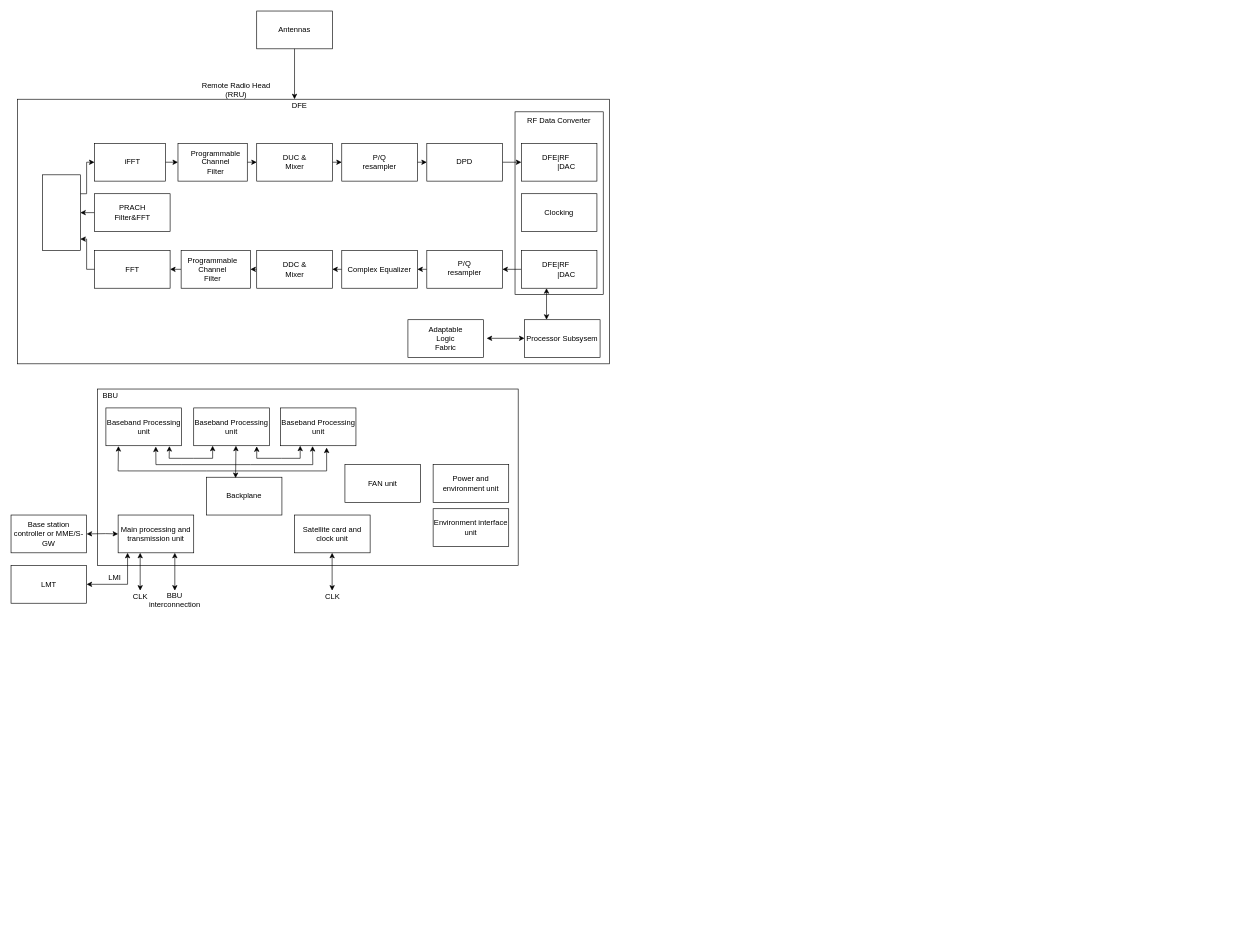
This is diagramm.drawio from vikastatsenko/drawio, a draw.io file, before an edit. Source tidied: cells renumbered, new cells numbered last; positions are measured from the earlier drawing's top-left corner, leaving out a move shared by most shapes. Both pictures are drawn from the tidied source at 63%, with x=0, y=0 at pixel (11, 11).
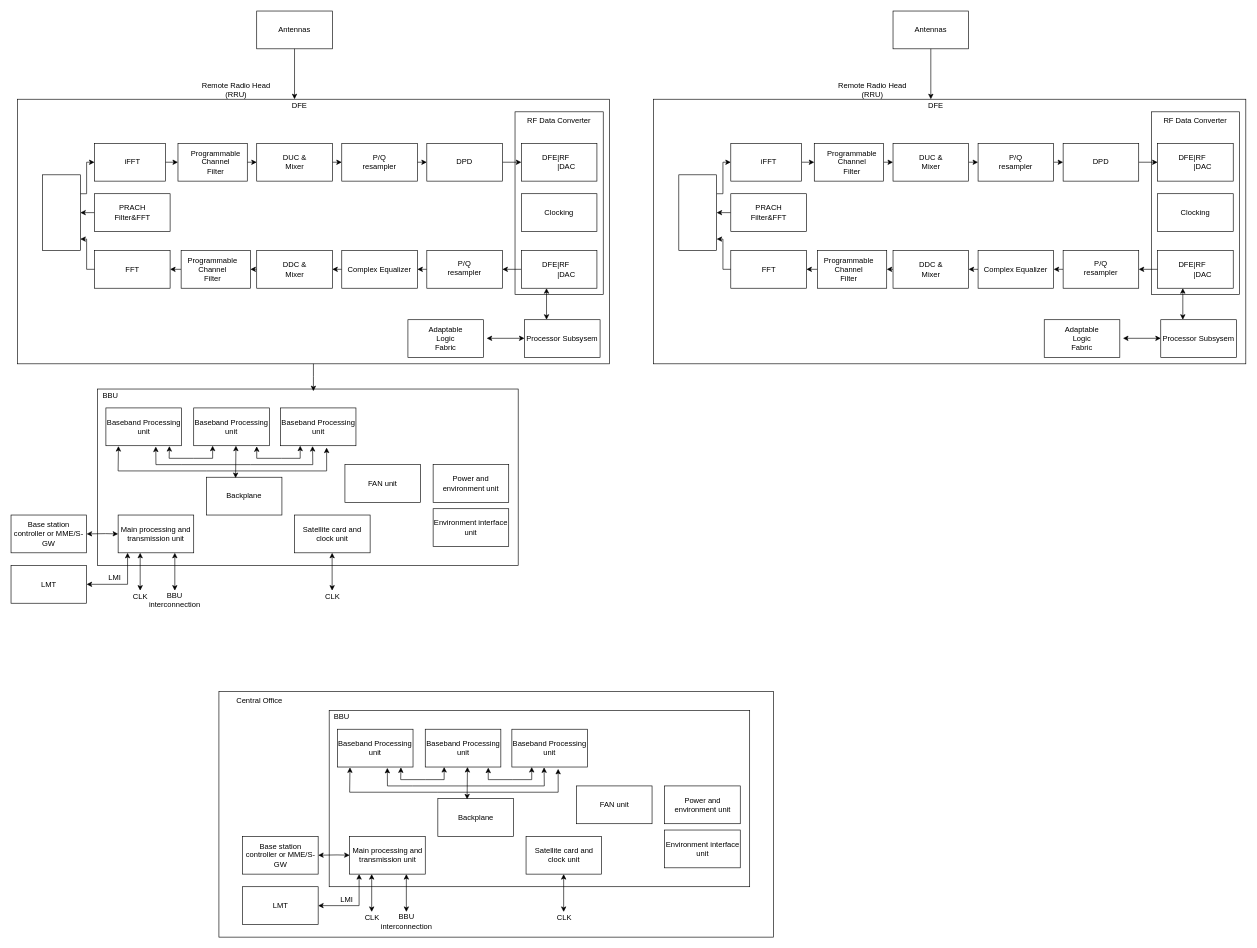
After the change.

The change refers to these unchanged cells:
```xml
<mxCell id="48" style="rounded=0;whiteSpace=wrap;html=1;fillColor=none;" parent="1" vertex="1">
  <mxGeometry x="10" y="140" width="940" height="420" as="geometry" />
</mxCell>
<mxCell id="72" style="rounded=0;whiteSpace=wrap;html=1;fillColor=none;" parent="1" vertex="1">
  <mxGeometry x="137.5" y="600" width="667.5" height="280" as="geometry" />
</mxCell>
```

Change to the diagram source:
```diff
@@
+    <mxCell id="80" style="edgeStyle=orthogonalEdgeStyle;rounded=0;jettySize=auto;html=1;exitX=1;exitY=0.5;exitDx=0;exitDy=0;entryX=0;entryY=0.5;entryDx=0;entryDy=0;" parent="1" edge="1" source="81" target="85">
+      <mxGeometry relative="1" as="geometry" />
+    </mxCell>
+    <mxCell id="81" style="rounded=0;whiteSpace=wrap;html=1;" parent="1" vertex="1">
+      <mxGeometry x="1142.5" y="210" width="112.5" height="60" as="geometry" />
+    </mxCell>
+    <mxCell id="82" value="Antennas" style="rounded=0;whiteSpace=wrap;html=1;" parent="1" vertex="1">
+      <mxGeometry x="1400" width="120" height="60" as="geometry" />
+    </mxCell>
+    <mxCell id="83" value="iFFT" style="text;html=1;align=center;verticalAlign=middle;whiteSpace=wrap;rounded=0;" parent="1" vertex="1">
+      <mxGeometry x="1172.5" y="225" width="60" height="30" as="geometry" />
+    </mxCell>
+    <mxCell id="84" style="edgeStyle=orthogonalEdgeStyle;rounded=0;jettySize=auto;html=1;exitX=1;exitY=0.5;exitDx=0;exitDy=0;entryX=0;entryY=0.5;entryDx=0;entryDy=0;" parent="1" edge="1" source="85" target="88">
+      <mxGeometry relative="1" as="geometry" />
+    </mxCell>
+    <mxCell id="85" style="rounded=0;whiteSpace=wrap;html=1;" parent="1" vertex="1">
+      <mxGeometry x="1275" y="210" width="110" height="60" as="geometry" />
+    </mxCell>
+    <mxCell id="86" value="Programmable&lt;div&gt;Channel&lt;/div&gt;&lt;div&gt;Filter&lt;/div&gt;" style="text;html=1;align=center;verticalAlign=middle;whiteSpace=wrap;rounded=0;" parent="1" vertex="1">
+      <mxGeometry x="1305" y="225" width="60" height="30" as="geometry" />
+    </mxCell>
+    <mxCell id="87" style="edgeStyle=orthogonalEdgeStyle;rounded=0;jettySize=auto;html=1;exitX=1;exitY=0.5;exitDx=0;exitDy=0;entryX=0;entryY=0.5;entryDx=0;entryDy=0;" parent="1" edge="1" source="88" target="91">
+      <mxGeometry relative="1" as="geometry" />
+    </mxCell>
+    <mxCell id="88" style="rounded=0;whiteSpace=wrap;html=1;" parent="1" vertex="1">
+      <mxGeometry x="1400" y="210" width="120" height="60" as="geometry" />
+    </mxCell>
+    <mxCell id="89" value="DUC &amp;amp; Mixer" style="text;html=1;align=center;verticalAlign=middle;whiteSpace=wrap;rounded=0;" parent="1" vertex="1">
+      <mxGeometry x="1437.5" y="225" width="45" height="30" as="geometry" />
+    </mxCell>
+    <mxCell id="90" style="edgeStyle=orthogonalEdgeStyle;rounded=0;jettySize=auto;html=1;exitX=1;exitY=0.5;exitDx=0;exitDy=0;entryX=0;entryY=0.5;entryDx=0;entryDy=0;" parent="1" edge="1" source="91" target="94">
+      <mxGeometry relative="1" as="geometry" />
+    </mxCell>
+    <mxCell id="91" style="rounded=0;whiteSpace=wrap;html=1;" parent="1" vertex="1">
+      <mxGeometry x="1535" y="210" width="120" height="60" as="geometry" />
+    </mxCell>
+    <mxCell id="92" value="P/Q&lt;div&gt;resampler&lt;/div&gt;" style="text;html=1;align=center;verticalAlign=middle;whiteSpace=wrap;rounded=0;" parent="1" vertex="1">
+      <mxGeometry x="1565" y="225" width="60" height="30" as="geometry" />
+    </mxCell>
+    <mxCell id="93" style="edgeStyle=orthogonalEdgeStyle;rounded=0;jettySize=auto;html=1;exitX=1;exitY=0.5;exitDx=0;exitDy=0;entryX=0;entryY=0.5;entryDx=0;entryDy=0;" parent="1" edge="1" source="94" target="99">
+      <mxGeometry relative="1" as="geometry" />
+    </mxCell>
+    <mxCell id="94" style="rounded=0;whiteSpace=wrap;html=1;" parent="1" vertex="1">
+      <mxGeometry x="1670" y="210" width="120" height="60" as="geometry" />
+    </mxCell>
+    <mxCell id="95" value="DPD" style="text;html=1;align=center;verticalAlign=middle;whiteSpace=wrap;rounded=0;" parent="1" vertex="1">
+      <mxGeometry x="1710" y="230" width="40" height="20" as="geometry" />
+    </mxCell>
+    <mxCell id="96" style="edgeStyle=orthogonalEdgeStyle;rounded=0;jettySize=auto;html=1;exitX=0;exitY=0.5;exitDx=0;exitDy=0;entryX=0.5;entryY=0;entryDx=0;entryDy=0;" parent="1" edge="1" source="97" target="125">
+      <mxGeometry relative="1" as="geometry" />
+    </mxCell>
+    <mxCell id="97" style="rounded=0;whiteSpace=wrap;html=1;" parent="1" vertex="1">
+      <mxGeometry x="1142.5" y="290" width="120" height="60" as="geometry" />
+    </mxCell>
+    <mxCell id="98" value="PRACH&lt;div&gt;Filter&amp;amp;FFT&lt;/div&gt;" style="text;html=1;align=center;verticalAlign=middle;whiteSpace=wrap;rounded=0;" parent="1" vertex="1">
+      <mxGeometry x="1172.5" y="305" width="60" height="30" as="geometry" />
+    </mxCell>
+    <mxCell id="99" style="rounded=0;whiteSpace=wrap;html=1;" parent="1" vertex="1">
+      <mxGeometry x="1820" y="210" width="120" height="60" as="geometry" />
+    </mxCell>
+    <mxCell id="100" value="DFE|RF&amp;nbsp; &amp;nbsp; &amp;nbsp; &amp;nbsp; &amp;nbsp; &amp;nbsp;|DAC" style="text;html=1;align=center;verticalAlign=middle;whiteSpace=wrap;rounded=0;" parent="1" vertex="1">
+      <mxGeometry x="1850" y="230" width="60" height="20" as="geometry" />
+    </mxCell>
+    <mxCell id="101" style="rounded=0;whiteSpace=wrap;html=1;" parent="1" vertex="1">
+      <mxGeometry x="1142.5" y="380" width="120" height="60" as="geometry" />
+    </mxCell>
+    <mxCell id="102" value="FFT" style="text;html=1;align=center;verticalAlign=middle;whiteSpace=wrap;rounded=0;" parent="1" vertex="1">
+      <mxGeometry x="1177.5" y="397.5" width="50" height="25" as="geometry" />
+    </mxCell>
+    <mxCell id="103" style="edgeStyle=orthogonalEdgeStyle;rounded=0;jettySize=auto;html=1;exitX=0;exitY=0.5;exitDx=0;exitDy=0;entryX=1;entryY=0.5;entryDx=0;entryDy=0;" parent="1" edge="1" source="104" target="101">
+      <mxGeometry relative="1" as="geometry" />
+    </mxCell>
+    <mxCell id="104" style="rounded=0;whiteSpace=wrap;html=1;" parent="1" vertex="1">
+      <mxGeometry x="1280" y="380" width="110" height="60" as="geometry" />
+    </mxCell>
+    <mxCell id="105" value="Programmable&lt;div&gt;Channel&lt;/div&gt;&lt;div&gt;Filter&lt;/div&gt;" style="text;html=1;align=center;verticalAlign=middle;whiteSpace=wrap;rounded=0;" parent="1" vertex="1">
+      <mxGeometry x="1300" y="395" width="60" height="30" as="geometry" />
+    </mxCell>
+    <mxCell id="106" style="edgeStyle=orthogonalEdgeStyle;rounded=0;jettySize=auto;html=1;exitX=0;exitY=0.5;exitDx=0;exitDy=0;entryX=1;entryY=0.5;entryDx=0;entryDy=0;" parent="1" edge="1" source="107" target="104">
+      <mxGeometry relative="1" as="geometry" />
+    </mxCell>
+    <mxCell id="107" style="rounded=0;whiteSpace=wrap;html=1;" parent="1" vertex="1">
+      <mxGeometry x="1400" y="380" width="120" height="60" as="geometry" />
+    </mxCell>
+    <mxCell id="108" value="DDC &amp;amp; Mixer" style="text;html=1;align=center;verticalAlign=middle;whiteSpace=wrap;rounded=0;" parent="1" vertex="1">
+      <mxGeometry x="1437.5" y="395" width="45" height="30" as="geometry" />
+    </mxCell>
+    <mxCell id="109" style="edgeStyle=orthogonalEdgeStyle;rounded=0;jettySize=auto;html=1;exitX=0;exitY=0.5;exitDx=0;exitDy=0;entryX=1;entryY=0.5;entryDx=0;entryDy=0;" parent="1" edge="1" source="110" target="107">
+      <mxGeometry relative="1" as="geometry" />
+    </mxCell>
+    <mxCell id="110" value="Complex Equalizer" style="rounded=0;whiteSpace=wrap;html=1;" parent="1" vertex="1">
+      <mxGeometry x="1535" y="380" width="120" height="60" as="geometry" />
+    </mxCell>
+    <mxCell id="111" style="edgeStyle=orthogonalEdgeStyle;rounded=0;jettySize=auto;html=1;exitX=0;exitY=0.5;exitDx=0;exitDy=0;entryX=1;entryY=0.5;entryDx=0;entryDy=0;" parent="1" edge="1" source="112" target="110">
+      <mxGeometry relative="1" as="geometry" />
+    </mxCell>
+    <mxCell id="112" style="rounded=0;whiteSpace=wrap;html=1;" parent="1" vertex="1">
+      <mxGeometry x="1670" y="380" width="120" height="60" as="geometry" />
+    </mxCell>
+    <mxCell id="113" value="P/Q&lt;div&gt;resampler&lt;/div&gt;" style="text;html=1;align=center;verticalAlign=middle;whiteSpace=wrap;rounded=0;" parent="1" vertex="1">
+      <mxGeometry x="1700" y="392.5" width="60" height="30" as="geometry" />
+    </mxCell>
+    <mxCell id="114" style="edgeStyle=orthogonalEdgeStyle;rounded=0;jettySize=auto;html=1;exitX=0;exitY=0.5;exitDx=0;exitDy=0;entryX=1;entryY=0.5;entryDx=0;entryDy=0;" parent="1" edge="1" source="115" target="112">
+      <mxGeometry relative="1" as="geometry" />
+    </mxCell>
+    <mxCell id="115" style="rounded=0;whiteSpace=wrap;html=1;" parent="1" vertex="1">
+      <mxGeometry x="1820" y="380" width="120" height="60" as="geometry" />
+    </mxCell>
+    <mxCell id="116" value="DFE|RF&amp;nbsp; &amp;nbsp; &amp;nbsp; &amp;nbsp; &amp;nbsp; &amp;nbsp;|DAC" style="text;html=1;align=center;verticalAlign=middle;whiteSpace=wrap;rounded=0;" parent="1" vertex="1">
+      <mxGeometry x="1850" y="390" width="60" height="40" as="geometry" />
+    </mxCell>
+    <mxCell id="117" value="Clocking" style="rounded=0;whiteSpace=wrap;html=1;" parent="1" vertex="1">
+      <mxGeometry x="1820" y="290" width="120" height="60" as="geometry" />
+    </mxCell>
+    <mxCell id="118" style="rounded=0;whiteSpace=wrap;html=1;fillColor=none;" parent="1" vertex="1">
+      <mxGeometry x="1810" y="160" width="140" height="290" as="geometry" />
+    </mxCell>
+    <mxCell id="119" value="RF Data Converter" style="text;html=1;align=center;verticalAlign=middle;whiteSpace=wrap;rounded=0;" parent="1" vertex="1">
+      <mxGeometry x="1815" y="160" width="130" height="30" as="geometry" />
+    </mxCell>
+    <mxCell id="120" value="Adaptable&lt;div&gt;Logic&lt;/div&gt;&lt;div&gt;Fabric&lt;/div&gt;" style="rounded=0;whiteSpace=wrap;html=1;" parent="1" vertex="1">
+      <mxGeometry x="1640" y="490" width="120" height="60" as="geometry" />
+    </mxCell>
+    <mxCell id="121" value="Processor Subsysem" style="rounded=0;whiteSpace=wrap;html=1;" parent="1" vertex="1">
+      <mxGeometry x="1825" y="490" width="120" height="60" as="geometry" />
+    </mxCell>
+    <mxCell id="122" style="endArrow=classic;startArrow=classic;html=1;rounded=0;" parent="1" edge="1">
+      <mxGeometry relative="1" as="geometry">
+        <mxPoint x="1860" y="490" as="sourcePoint" />
+        <mxPoint x="1860" y="440" as="targetPoint" />
+      </mxGeometry>
+    </mxCell>
+    <mxCell id="123" style="endArrow=classic;startArrow=classic;html=1;rounded=0;" parent="1" edge="1">
+      <mxGeometry relative="1" as="geometry">
+        <mxPoint x="1765" y="519.5" as="sourcePoint" />
+        <mxPoint x="1825" y="519.5" as="targetPoint" />
+      </mxGeometry>
+    </mxCell>
+    <mxCell id="124" style="edgeStyle=orthogonalEdgeStyle;rounded=0;jettySize=auto;html=1;exitX=0.25;exitY=0;exitDx=0;exitDy=0;entryX=0;entryY=0.5;entryDx=0;entryDy=0;" parent="1" edge="1" source="125" target="81">
+      <mxGeometry relative="1" as="geometry">
+        <Array as="points">
+          <mxPoint x="1130" y="290" />
+          <mxPoint x="1130" y="240" />
+        </Array>
+      </mxGeometry>
+    </mxCell>
+    <mxCell id="125" style="rounded=0;whiteSpace=wrap;html=1;direction=south;" parent="1" vertex="1">
+      <mxGeometry x="1060" y="260" width="60" height="120" as="geometry" />
+    </mxCell>
+    <mxCell id="126" style="rounded=0;whiteSpace=wrap;html=1;fillColor=none;" parent="1" vertex="1">
+      <mxGeometry x="1020" y="140" width="940" height="420" as="geometry" />
+    </mxCell>
+    <mxCell id="127" value="DFE" style="text;html=1;align=center;verticalAlign=middle;whiteSpace=wrap;rounded=0;" parent="1" vertex="1">
+      <mxGeometry x="1437.5" y="140" width="60" height="20" as="geometry" />
+    </mxCell>
+    <mxCell id="128" value="Remote Radio Head (RRU)" style="text;html=1;align=center;verticalAlign=middle;whiteSpace=wrap;rounded=0;" parent="1" vertex="1">
+      <mxGeometry x="1305" y="110" width="125" height="30" as="geometry" />
+    </mxCell>
+    <mxCell id="129" style="edgeStyle=orthogonalEdgeStyle;rounded=0;jettySize=auto;html=1;exitX=0.5;exitY=1;exitDx=0;exitDy=0;" parent="1" edge="1" source="82">
+      <mxGeometry relative="1" as="geometry">
+        <mxPoint x="1460" y="140" as="targetPoint" />
+      </mxGeometry>
+    </mxCell>
+    <mxCell id="130" style="edgeStyle=orthogonalEdgeStyle;rounded=0;jettySize=auto;html=1;exitX=0;exitY=0.5;exitDx=0;exitDy=0;" parent="1" edge="1" source="101">
+      <mxGeometry relative="1" as="geometry">
+        <mxPoint x="1120" y="362" as="targetPoint" />
+        <Array as="points">
+          <mxPoint x="1130" y="410" />
+          <mxPoint x="1130" y="362" />
+        </Array>
+      </mxGeometry>
+    </mxCell>
+    <mxCell id="131" style="edgeStyle=orthogonalEdgeStyle;rounded=0;jettySize=auto;html=1;exitX=0.5;exitY=1;exitDx=0;exitDy=0;entryX=0.513;entryY=0.012;entryDx=0;entryDy=0;entryPerimeter=0;" parent="1" edge="1" source="48" target="72">
+      <mxGeometry relative="1" as="geometry" />
+    </mxCell>
+    <mxCell id="132" value="Baseband Processing unit" style="rounded=0;whiteSpace=wrap;html=1;" parent="1" vertex="1">
+      <mxGeometry x="518.1" y="1140" width="120" height="60" as="geometry" />
+    </mxCell>
+    <mxCell id="133" value="Baseband Processing unit" style="rounded=0;whiteSpace=wrap;html=1;" parent="1" vertex="1">
+      <mxGeometry x="657.5" y="1140" width="120" height="60" as="geometry" />
+    </mxCell>
+    <mxCell id="134" value="Baseband Processing unit" style="rounded=0;whiteSpace=wrap;html=1;" parent="1" vertex="1">
+      <mxGeometry x="795" y="1140" width="120" height="60" as="geometry" />
+    </mxCell>
+    <mxCell id="135" value="FAN unit" style="rounded=0;whiteSpace=wrap;html=1;" parent="1" vertex="1">
+      <mxGeometry x="897.5" y="1230" width="120" height="60" as="geometry" />
+    </mxCell>
+    <mxCell id="136" value="Power and environment unit" style="rounded=0;whiteSpace=wrap;html=1;" parent="1" vertex="1">
+      <mxGeometry x="1037.5" y="1230" width="120" height="60" as="geometry" />
+    </mxCell>
+    <mxCell id="137" value="Main processing and transmission unit" style="rounded=0;whiteSpace=wrap;html=1;" parent="1" vertex="1">
+      <mxGeometry x="537.5" y="1310" width="120" height="60" as="geometry" />
+    </mxCell>
+    <mxCell id="138" value="Satellite card and clock unit" style="rounded=0;whiteSpace=wrap;html=1;" parent="1" vertex="1">
+      <mxGeometry x="817.5" y="1310" width="120" height="60" as="geometry" />
+    </mxCell>
+    <mxCell id="139" value="Environment interface unit" style="rounded=0;whiteSpace=wrap;html=1;" parent="1" vertex="1">
+      <mxGeometry x="1037.5" y="1300" width="120" height="60" as="geometry" />
+    </mxCell>
+    <mxCell id="140" value="Base station controller or MME/S-GW" style="rounded=0;whiteSpace=wrap;html=1;" parent="1" vertex="1">
+      <mxGeometry x="367.5" y="1310" width="120" height="60" as="geometry" />
+    </mxCell>
+    <mxCell id="141" style="endArrow=classic;startArrow=classic;html=1;rounded=0;entryX=0;entryY=0.5;entryDx=0;entryDy=0;exitX=1;exitY=0.5;exitDx=0;exitDy=0;" parent="1" edge="1" source="140" target="137">
+      <mxGeometry relative="1" as="geometry">
+        <Array as="points">
+          <mxPoint x="517.5" y="1339.5" />
+        </Array>
+      </mxGeometry>
+    </mxCell>
+    <mxCell id="142" style="endArrow=classic;startArrow=classic;html=1;rounded=0;" parent="1" edge="1">
+      <mxGeometry relative="1" as="geometry">
+        <mxPoint x="877.2" y="1430" as="sourcePoint" />
+        <mxPoint x="877.2" y="1370" as="targetPoint" />
+      </mxGeometry>
+    </mxCell>
+    <mxCell id="143" style="endArrow=classic;startArrow=classic;html=1;rounded=0;" parent="1" edge="1">
+      <mxGeometry relative="1" as="geometry">
+        <mxPoint x="627.5" y="1430" as="sourcePoint" />
+        <mxPoint x="627.5" y="1370" as="targetPoint" />
+      </mxGeometry>
+    </mxCell>
+    <mxCell id="144" style="endArrow=classic;startArrow=classic;html=1;rounded=0;" parent="1" edge="1">
+      <mxGeometry relative="1" as="geometry">
+        <mxPoint x="572.5" y="1430" as="sourcePoint" />
+        <mxPoint x="572.5" y="1370" as="targetPoint" />
+      </mxGeometry>
+    </mxCell>
+    <mxCell id="145" value="CLK" style="text;html=1;align=center;verticalAlign=middle;whiteSpace=wrap;rounded=0;" parent="1" vertex="1">
+      <mxGeometry x="552.5" y="1430" width="41.2" height="20" as="geometry" />
+    </mxCell>
+    <mxCell id="146" value="BBU&lt;div&gt;interconnection&lt;/div&gt;" style="text;html=1;align=center;verticalAlign=middle;whiteSpace=wrap;rounded=0;" parent="1" vertex="1">
+      <mxGeometry x="597.5" y="1430" width="60" height="30" as="geometry" />
+    </mxCell>
+    <mxCell id="147" value="CLK" style="text;html=1;align=center;verticalAlign=middle;whiteSpace=wrap;rounded=0;" parent="1" vertex="1">
+      <mxGeometry x="857.5" y="1430" width="41.2" height="20" as="geometry" />
+    </mxCell>
+    <mxCell id="148" style="endArrow=classic;startArrow=classic;html=1;rounded=0;exitX=1;exitY=0.5;exitDx=0;exitDy=0;" parent="1" edge="1" source="150">
+      <mxGeometry relative="1" as="geometry">
+        <mxPoint x="552.5" y="1370" as="targetPoint" />
+        <Array as="points">
+          <mxPoint x="552.5" y="1420" />
+        </Array>
+      </mxGeometry>
+    </mxCell>
+    <mxCell id="149" value="LMI" style="text;html=1;align=center;verticalAlign=middle;whiteSpace=wrap;rounded=0;" parent="1" vertex="1">
+      <mxGeometry x="512.5" y="1400" width="40" height="20" as="geometry" />
+    </mxCell>
+    <mxCell id="150" value="LMT" style="rounded=0;whiteSpace=wrap;html=1;" parent="1" vertex="1">
+      <mxGeometry x="367.5" y="1390" width="120" height="60" as="geometry" />
+    </mxCell>
+    <mxCell id="151" style="rounded=0;whiteSpace=wrap;html=1;fillColor=none;" parent="1" vertex="1">
+      <mxGeometry x="505" y="1110" width="667.5" height="280" as="geometry" />
+    </mxCell>
+    <mxCell id="152" value="BBU" style="text;html=1;align=center;verticalAlign=middle;whiteSpace=wrap;rounded=0;" parent="1" vertex="1">
+      <mxGeometry x="500" y="1110" width="50" height="20" as="geometry" />
+    </mxCell>
+    <mxCell id="153" value="Backplane" style="rounded=0;whiteSpace=wrap;html=1;" parent="1" vertex="1">
+      <mxGeometry x="677.5" y="1250" width="120" height="60" as="geometry" />
+    </mxCell>
+    <mxCell id="154" style="endArrow=classic;startArrow=classic;html=1;rounded=0;entryX=0.25;entryY=1;entryDx=0;entryDy=0;exitX=0.84;exitY=1.01;exitDx=0;exitDy=0;exitPerimeter=0;" parent="1" edge="1" source="132" target="133">
+      <mxGeometry relative="1" as="geometry">
+        <Array as="points">
+          <mxPoint x="618.5" y="1220" />
+          <mxPoint x="657.5" y="1220" />
+          <mxPoint x="687.5" y="1220" />
+        </Array>
+      </mxGeometry>
+    </mxCell>
+    <mxCell id="155" style="endArrow=classic;startArrow=classic;html=1;rounded=0;entryX=0.25;entryY=1;entryDx=0;entryDy=0;exitX=0.84;exitY=1.01;exitDx=0;exitDy=0;exitPerimeter=0;" parent="1" edge="1">
+      <mxGeometry relative="1" as="geometry">
+        <mxPoint x="757.5" y="1201" as="sourcePoint" />
+        <mxPoint x="826.5" y="1200" as="targetPoint" />
+        <Array as="points">
+          <mxPoint x="757.5" y="1220" />
+          <mxPoint x="796.5" y="1220" />
+          <mxPoint x="826.5" y="1220" />
+        </Array>
+      </mxGeometry>
+    </mxCell>
+    <mxCell id="156" style="endArrow=classic;startArrow=classic;html=1;rounded=0;entryX=0.426;entryY=1.01;entryDx=0;entryDy=0;exitX=0.66;exitY=1.023;exitDx=0;exitDy=0;exitPerimeter=0;entryPerimeter=0;" parent="1" edge="1" source="132" target="134">
+      <mxGeometry relative="1" as="geometry">
+        <Array as="points">
+          <mxPoint x="597.5" y="1230" />
+          <mxPoint x="637.5" y="1230" />
+          <mxPoint x="747.5" y="1230" />
+          <mxPoint x="846.5" y="1230" />
+        </Array>
+      </mxGeometry>
+    </mxCell>
+    <mxCell id="157" style="endArrow=classic;startArrow=classic;html=1;rounded=0;entryX=0.612;entryY=1.05;entryDx=0;entryDy=0;exitX=0.166;exitY=1.01;exitDx=0;exitDy=0;exitPerimeter=0;entryPerimeter=0;" parent="1" edge="1" source="132" target="134">
+      <mxGeometry relative="1" as="geometry">
+        <Array as="points">
+          <mxPoint x="537.5" y="1240" />
+          <mxPoint x="677.5" y="1240" />
+          <mxPoint x="868.5" y="1240" />
+        </Array>
+      </mxGeometry>
+    </mxCell>
+    <mxCell id="158" style="endArrow=classic;startArrow=classic;html=1;rounded=0;exitX=0.387;exitY=0.021;exitDx=0;exitDy=0;exitPerimeter=0;" parent="1" edge="1" source="153">
+      <mxGeometry relative="1" as="geometry">
+        <mxPoint x="724.5" y="1200" as="targetPoint" />
+      </mxGeometry>
+    </mxCell>
+    <mxCell id="159" style="rounded=0;whiteSpace=wrap;html=1;fillColor=none;" parent="1" vertex="1">
+      <mxGeometry x="330" y="1080" width="880" height="390" as="geometry" />
+    </mxCell>
+    <mxCell id="160" value="Central Office" style="text;html=1;align=center;verticalAlign=middle;whiteSpace=wrap;rounded=0;" parent="1" vertex="1">
+      <mxGeometry x="327.5" y="1080" width="132.5" height="30" as="geometry" />
+    </mxCell>
```
